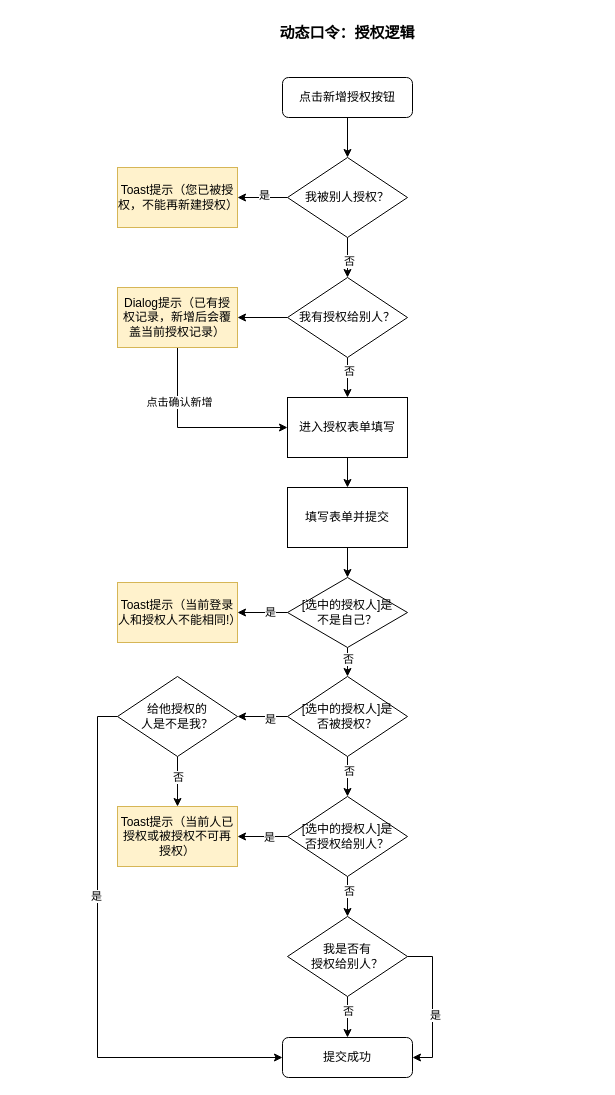
The draw.io diagram 动态口令授权.drawio.xml in yoqo/draw.io, before the edit. Source tidied: cells renumbered, new cells numbered last; positions are measured from the earlier drawing's top-left corner, leaving out a move shared by most shapes. Both pictures are drawn from the tidied source at 100%, with x=0, y=0 at pixel (117, 17).
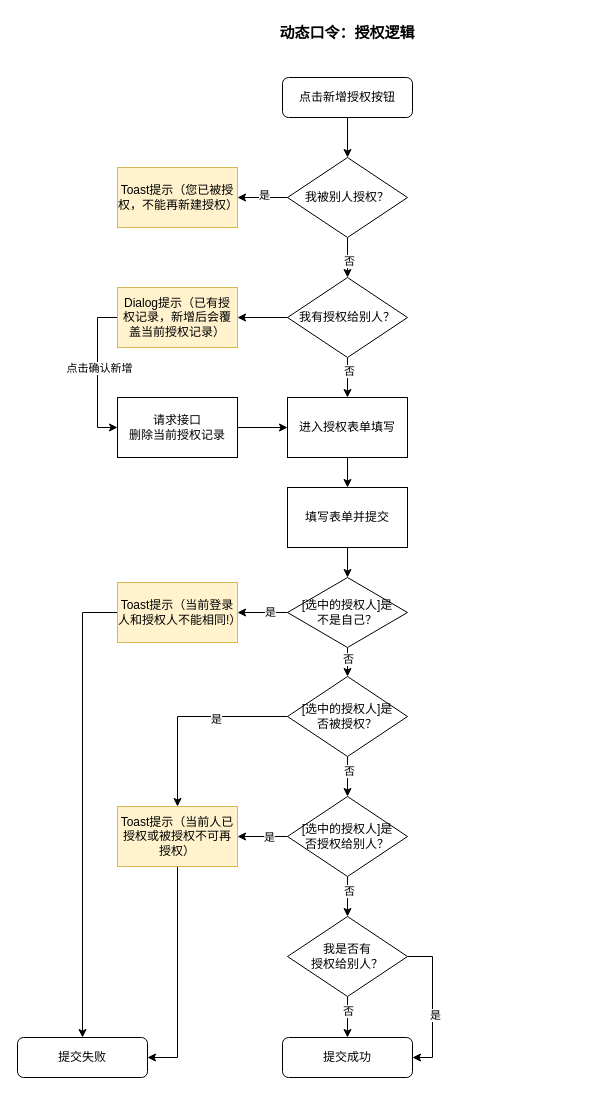
The same page after the edit.

Commit message:
Update 动态口令授权.drawio.xml

The change refers to these unchanged cells:
```xml
<mxCell id="12" value="Dialog提示（已有授权记录，新增后会覆盖当前授权记录）" style="rounded=0;whiteSpace=wrap;html=1;fillColor=#fff2cc;strokeColor=#d6b656;" parent="1" vertex="1">
  <mxGeometry y="270" width="120" height="60" as="geometry" />
</mxCell>
<mxCell id="14" value="进入授权表单填写" style="rounded=0;whiteSpace=wrap;html=1;" parent="1" vertex="1">
  <mxGeometry x="170" y="380" width="120" height="60" as="geometry" />
</mxCell>
<mxCell id="25" value="[选中的授权人]是&lt;br&gt;否被授权？" style="rhombus;whiteSpace=wrap;html=1;" parent="1" vertex="1">
  <mxGeometry x="170" y="659" width="120" height="80" as="geometry" />
</mxCell>
<mxCell id="31" value="Toast提示（当前人已授权或被授权不可再授权）" style="rounded=0;whiteSpace=wrap;html=1;fillColor=#fff2cc;strokeColor=#d6b656;" parent="1" vertex="1">
  <mxGeometry y="789" width="120" height="60" as="geometry" />
</mxCell>
<mxCell id="32" value="提交成功" style="rounded=1;whiteSpace=wrap;html=1;" parent="1" vertex="1">
  <mxGeometry x="165" y="1020" width="130" height="40" as="geometry" />
</mxCell>
<mxCell id="49" value="Toast提示（当前登录人和授权人不能相同!）" style="rounded=0;whiteSpace=wrap;html=1;fillColor=#fff2cc;strokeColor=#d6b656;" parent="1" vertex="1">
  <mxGeometry y="565" width="120" height="60" as="geometry" />
</mxCell>
```

Diff of the diagram source:
```diff
@@
-    <mxCell id="10" style="edgeStyle=orthogonalEdgeStyle;rounded=0;jettySize=auto;html=1;exitX=0.5;exitY=1;exitDx=0;exitDy=0;entryX=0;entryY=0.5;entryDx=0;entryDy=0;fontSize=11;" parent="1" edge="1" source="12" target="14">
+    <mxCell id="10" style="edgeStyle=orthogonalEdgeStyle;rounded=0;jettySize=auto;html=1;exitX=0;exitY=0.5;exitDx=0;exitDy=0;fontSize=11;entryX=0;entryY=0.5;entryDx=0;entryDy=0;" parent="1" edge="1" source="12" target="54">
       <mxGeometry relative="1" as="geometry" />
     </mxCell>
     <mxCell id="11" value="点击确认新增" style="edgeLabel;html=1;align=center;verticalAlign=middle;fontSize=11;" parent="10" vertex="1">
-      <mxGeometry x="-0.43" y="1" relative="1" as="geometry" />
+      <mxGeometry x="-0.43" y="1" relative="1" as="geometry">
+        <mxPoint y="27" as="offset" />
+      </mxGeometry>
     </mxCell>
@@
-    <mxCell id="23" style="edgeStyle=orthogonalEdgeStyle;rounded=0;jettySize=auto;html=1;exitX=0;exitY=0.5;exitDx=0;exitDy=0;entryX=1;entryY=0.5;entryDx=0;entryDy=0;fontSize=11;" parent="1" edge="1" source="25" target="38">
+    <mxCell id="23" style="edgeStyle=orthogonalEdgeStyle;rounded=0;jettySize=auto;html=1;exitX=0;exitY=0.5;exitDx=0;exitDy=0;entryX=0.5;entryY=0;entryDx=0;entryDy=0;fontSize=11;" parent="1" edge="1" source="25" target="31">
       <mxGeometry relative="1" as="geometry" />
     </mxCell>
@@
+    <mxCell id="51" style="edgeStyle=orthogonalEdgeStyle;rounded=0;jettySize=auto;html=1;exitX=0.5;exitY=1;exitDx=0;exitDy=0;entryX=1;entryY=0.5;entryDx=0;entryDy=0;" parent="1" edge="1" source="31" target="55">
+      <mxGeometry relative="1" as="geometry" />
+    </mxCell>
@@
-    <mxCell id="34" style="edgeStyle=orthogonalEdgeStyle;rounded=0;jettySize=auto;html=1;exitX=0.5;exitY=1;exitDx=0;exitDy=0;entryX=0.5;entryY=0;entryDx=0;entryDy=0;fontSize=11;" parent="1" edge="1" source="38" target="31">
-      <mxGeometry relative="1" as="geometry" />
-    </mxCell>
-    <mxCell id="35" value="否" style="edgeLabel;html=1;align=center;verticalAlign=middle;fontSize=11;" parent="34" vertex="1">
-      <mxGeometry x="-0.21" relative="1" as="geometry" />
-    </mxCell>
-    <mxCell id="36" style="edgeStyle=orthogonalEdgeStyle;rounded=0;jettySize=auto;html=1;exitX=0;exitY=0.5;exitDx=0;exitDy=0;entryX=0;entryY=0.5;entryDx=0;entryDy=0;fontSize=11;" parent="1" edge="1" source="38" target="32">
-      <mxGeometry relative="1" as="geometry" />
-    </mxCell>
-    <mxCell id="37" value="是" style="edgeLabel;html=1;align=center;verticalAlign=middle;fontSize=11;" parent="36" vertex="1">
-      <mxGeometry x="-0.27" y="-2" relative="1" as="geometry" />
-    </mxCell>
-    <mxCell id="38" value="给他授权的&lt;br&gt;人是不是我？" style="rhombus;whiteSpace=wrap;html=1;" parent="1" vertex="1">
-      <mxGeometry y="659" width="120" height="80" as="geometry" />
-    </mxCell>
@@
+    <mxCell id="52" style="edgeStyle=orthogonalEdgeStyle;rounded=0;jettySize=auto;html=1;exitX=0;exitY=0.5;exitDx=0;exitDy=0;entryX=0.5;entryY=0;entryDx=0;entryDy=0;" parent="1" edge="1" source="49" target="55">
+      <mxGeometry relative="1" as="geometry" />
+    </mxCell>
@@
+    <mxCell id="53" style="edgeStyle=orthogonalEdgeStyle;rounded=0;jettySize=auto;html=1;exitX=1;exitY=0.5;exitDx=0;exitDy=0;entryX=0;entryY=0.5;entryDx=0;entryDy=0;" parent="1" edge="1" source="54" target="14">
+      <mxGeometry relative="1" as="geometry" />
+    </mxCell>
+    <mxCell id="54" value="请求接口&lt;br&gt;删除当前授权记录" style="rounded=0;whiteSpace=wrap;html=1;" parent="1" vertex="1">
+      <mxGeometry y="380" width="120" height="60" as="geometry" />
+    </mxCell>
+    <mxCell id="55" value="提交失败" style="rounded=1;whiteSpace=wrap;html=1;" parent="1" vertex="1">
+      <mxGeometry x="-100" y="1020" width="130" height="40" as="geometry" />
+    </mxCell>
```
